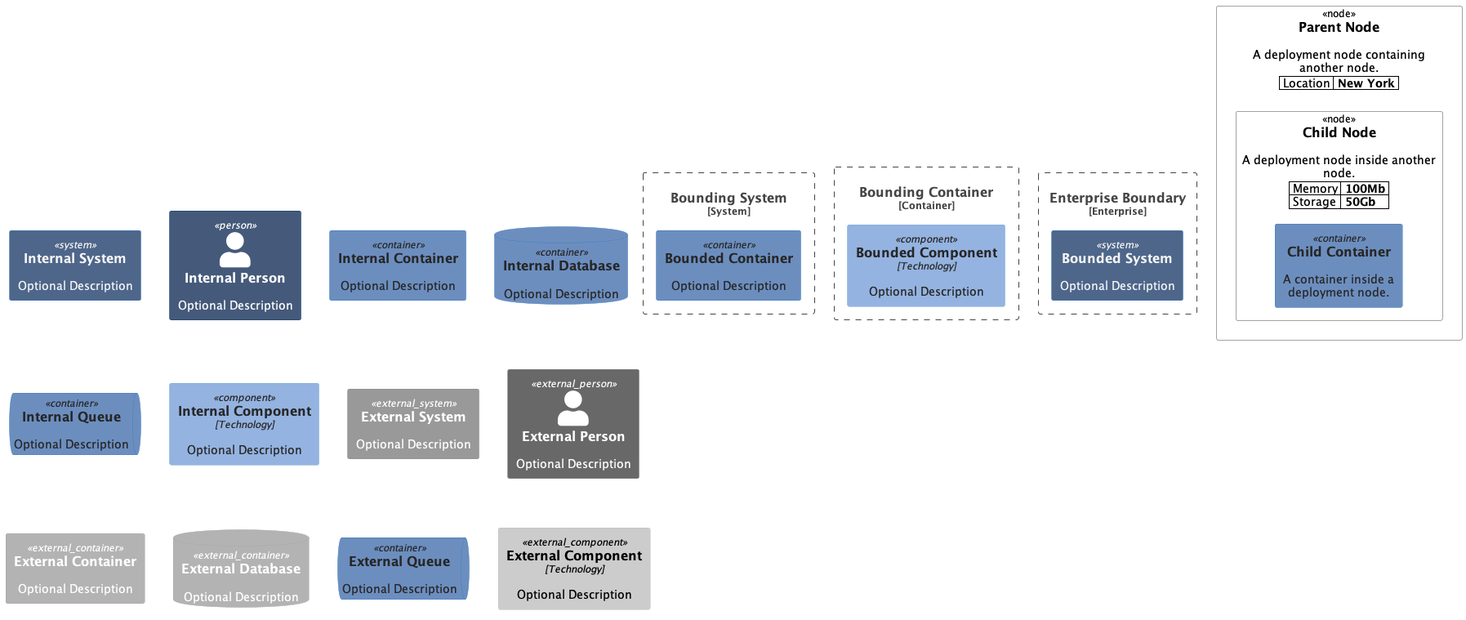
This is docs/Gallery.png from haleyrc/c4, a PlantUML export, as it was before one commit.
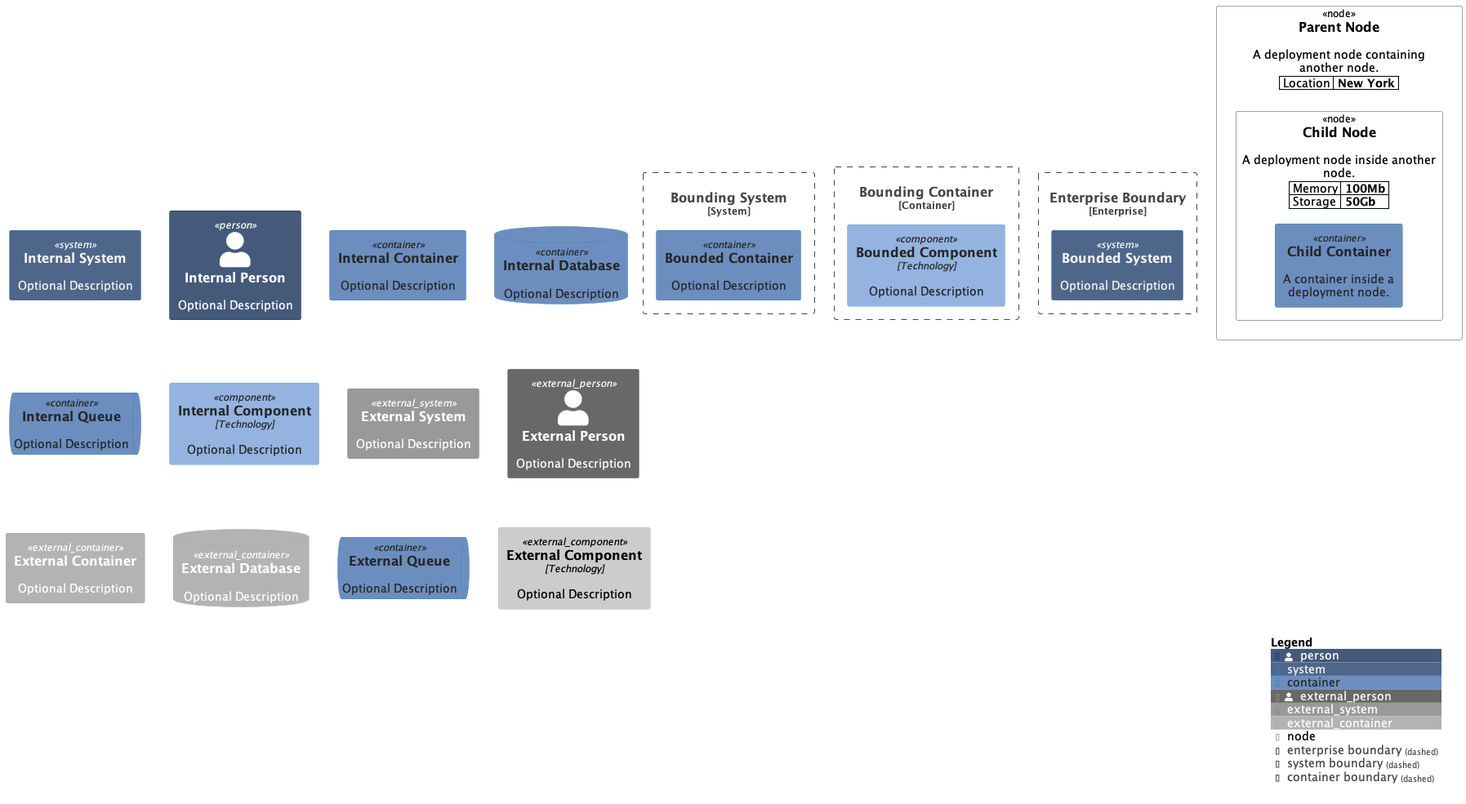
Above is the later version.

Commit message:
feat: Add an option to enable a diagram legend (#9)

What changed in the source:
```diff
@@ -39,4 +39,6 @@
 	Container(childContainer, "Child Container", "", "A container inside a deployment node.")
 }
 }
+SHOW_LEGEND($hideStereotype=false)
+
 @enduml
```
